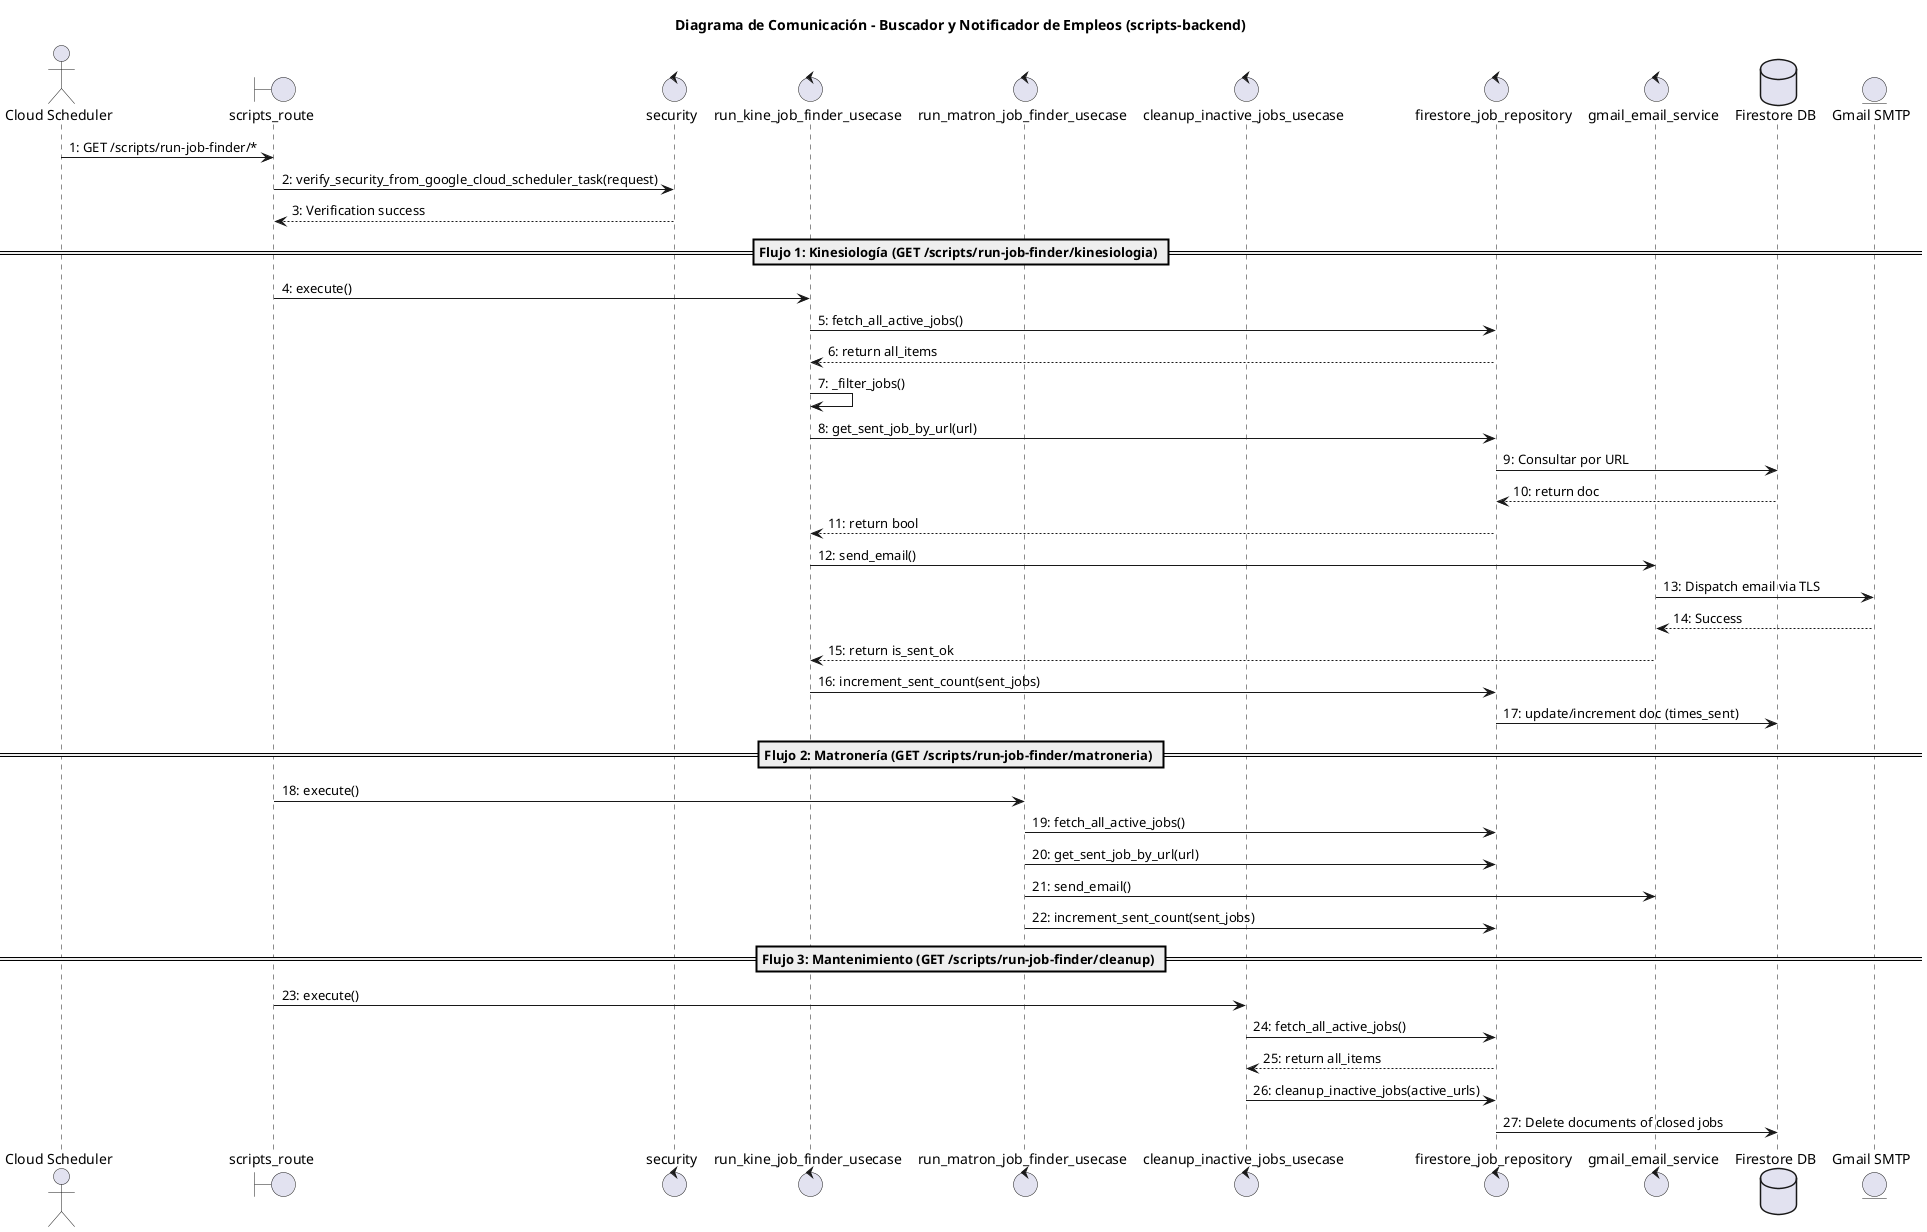
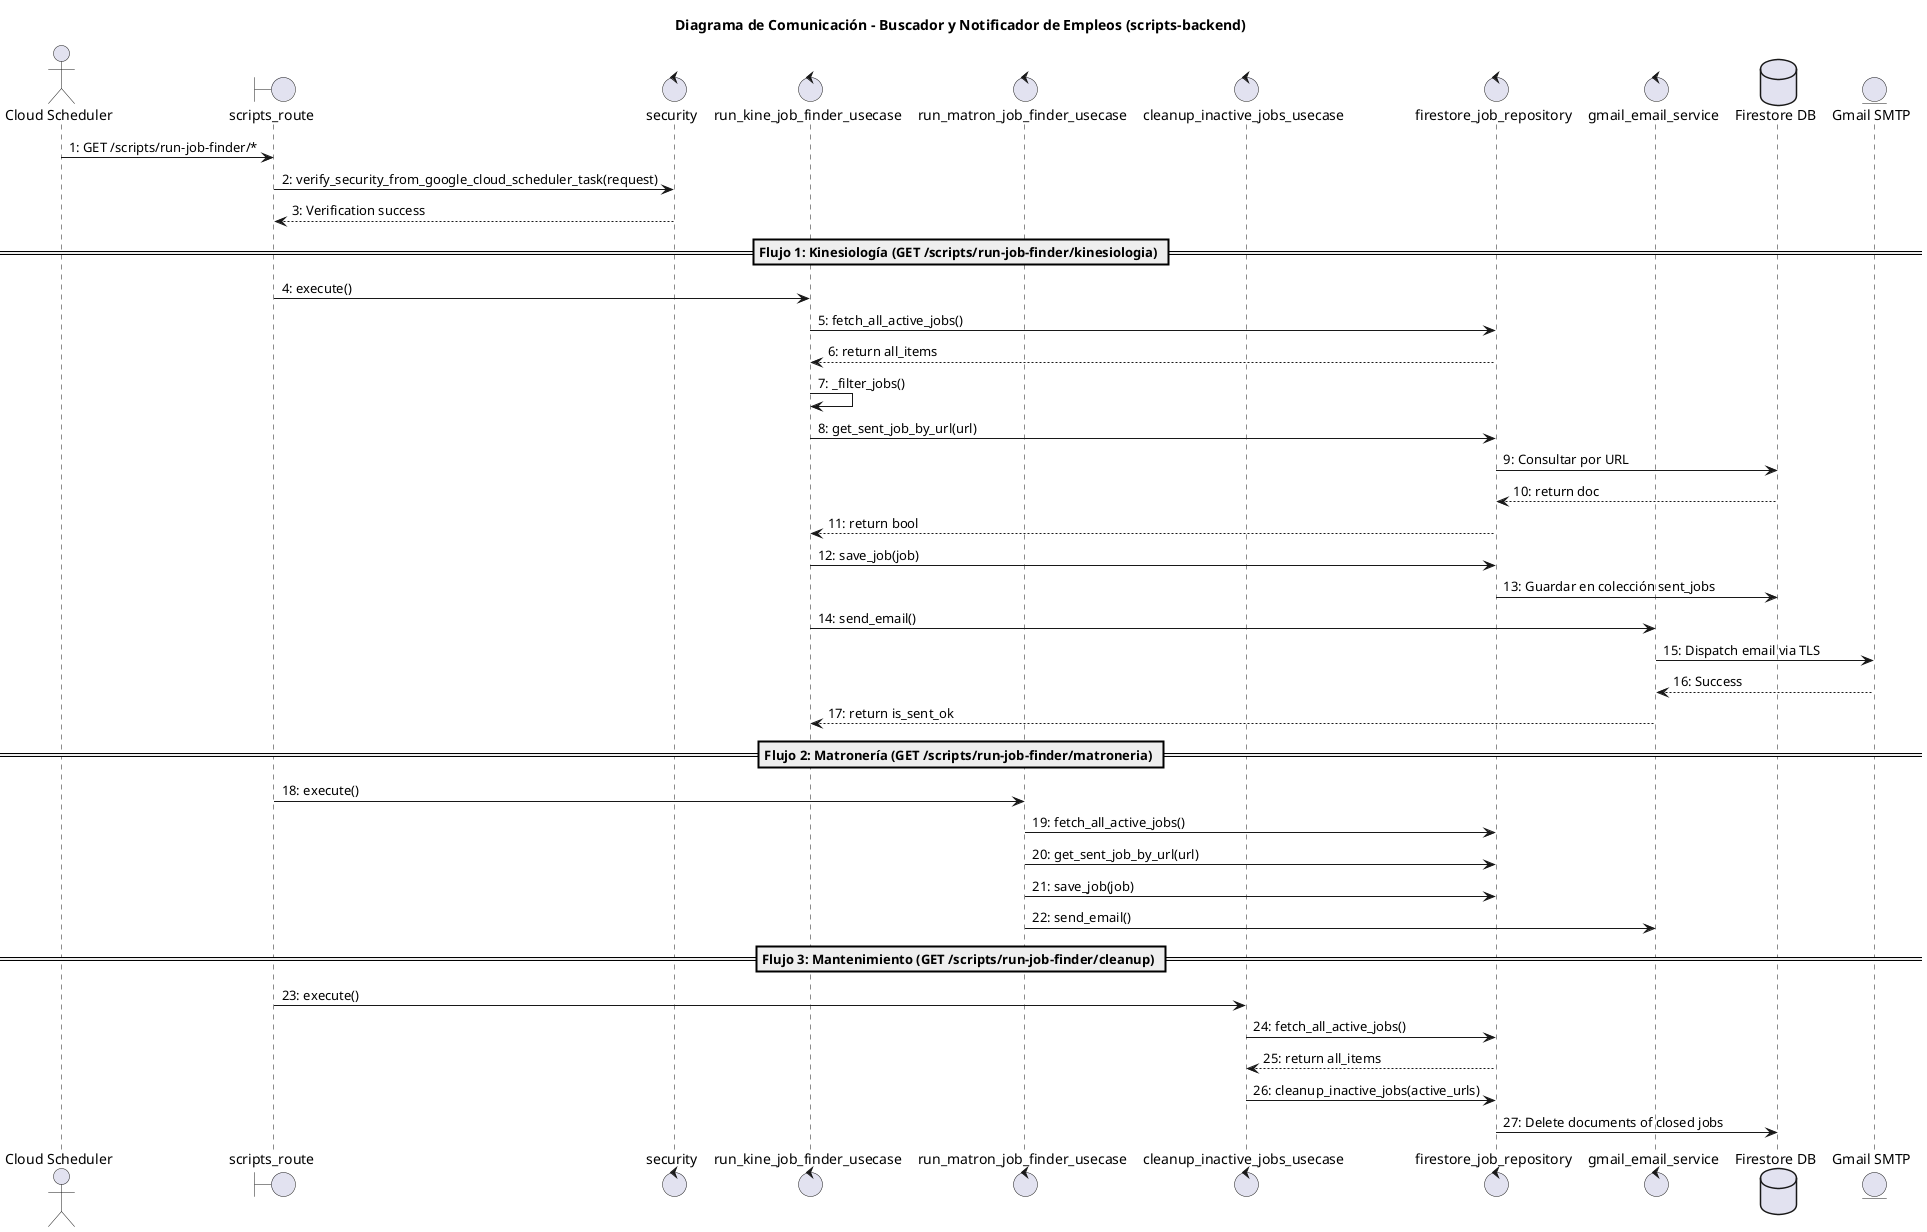
@startuml Communication Diagram
title Diagrama de Comunicación - Buscador y Notificador de Empleos (scripts-backend)

skinparam responseMessageAlign center

actor "Cloud Scheduler" as scheduler
boundary "scripts_route" as router
control "security" as sec
control "run_kine_job_finder_usecase" as kineUc
control "run_matron_job_finder_usecase" as matronUc
control "cleanup_inactive_jobs_usecase" as cleanupUc
control "firestore_job_repository" as dbCtrl
control "gmail_email_service" as emailCtrl
database "Firestore DB" as db
entity "Gmail SMTP" as smtp

scheduler -> router : 1: GET /scripts/run-job-finder/*
router -> sec : 2: verify_security_from_google_cloud_scheduler_task(request)
sec --> router : 3: Verification success

== Flujo 1: Kinesiología (GET /scripts/run-job-finder/kinesiologia) ==
router -> kineUc : 4: execute()
kineUc -> dbCtrl : 5: fetch_all_active_jobs()
dbCtrl --> kineUc : 6: return all_items
kineUc -> kineUc : 7: _filter_jobs()
kineUc -> dbCtrl : 8: get_sent_job_by_url(url)
dbCtrl -> db : 9: Consultar por URL
db --> dbCtrl : 10: return doc
dbCtrl --> kineUc : 11: return bool
- kineUc -> emailCtrl : 12: send_email()
- emailCtrl -> smtp : 13: Dispatch email via TLS
- smtp --> emailCtrl : 14: Success
- emailCtrl --> kineUc : 15: return is_sent_ok
- kineUc -> dbCtrl : 16: increment_sent_count(sent_jobs)
- dbCtrl -> db : 17: update/increment doc (times_sent)
+ kineUc -> dbCtrl : 12: save_job(job)
+ dbCtrl -> db : 13: Guardar en colección sent_jobs
+ kineUc -> emailCtrl : 14: send_email()
+ emailCtrl -> smtp : 15: Dispatch email via TLS
+ smtp --> emailCtrl : 16: Success
+ emailCtrl --> kineUc : 17: return is_sent_ok

== Flujo 2: Matronería (GET /scripts/run-job-finder/matroneria) ==
router -> matronUc : 18: execute()
matronUc -> dbCtrl : 19: fetch_all_active_jobs()
matronUc -> dbCtrl : 20: get_sent_job_by_url(url)
- matronUc -> emailCtrl : 21: send_email()
- matronUc -> dbCtrl : 22: increment_sent_count(sent_jobs)
+ matronUc -> dbCtrl : 21: save_job(job)
+ matronUc -> emailCtrl : 22: send_email()

== Flujo 3: Mantenimiento (GET /scripts/run-job-finder/cleanup) ==
router -> cleanupUc : 23: execute()
cleanupUc -> dbCtrl : 24: fetch_all_active_jobs()
dbCtrl --> cleanupUc : 25: return all_items
cleanupUc -> dbCtrl : 26: cleanup_inactive_jobs(active_urls)
dbCtrl -> db : 27: Delete documents of closed jobs

@enduml
